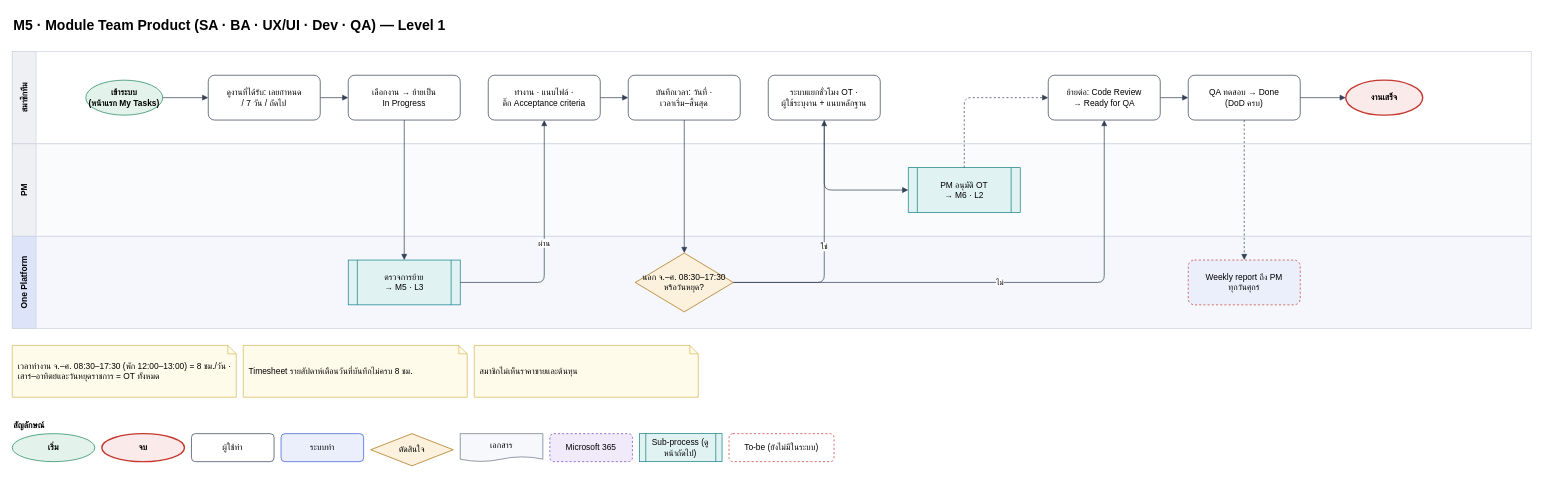
This is page "M5 Team · L1" (20 of 31) of salesflow/docs/diagrams/one-platform-flows.drawio from Ruttanachote/Ai, a draw.io file, before an edit. Source tidied: cells renumbered, new cells numbered last; positions are measured from the earlier drawing's top-left corner, leaving out a move shared by most shapes. Both pictures are drawn from the tidied source at 70%, with x=0, y=0 at pixel (12, 12).
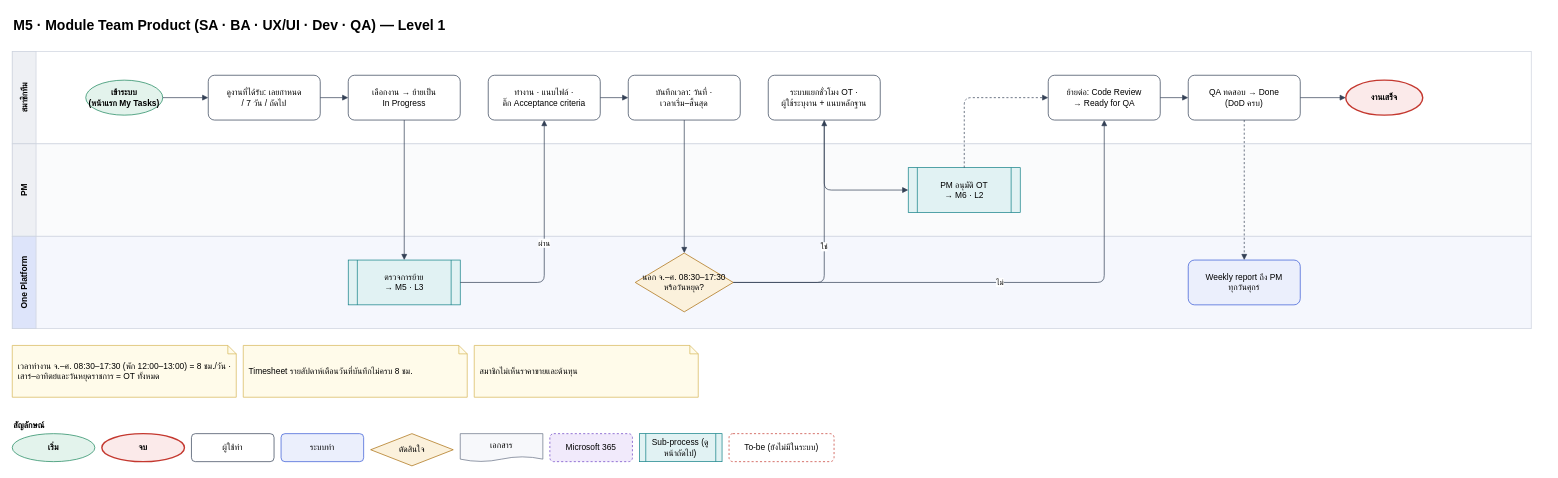
After the change.

What changed in the source:
```diff
@@
-    <mxCell id="20" value="Weekly report ถึง PM&lt;br&gt;ทุกวันศุกร์" style="rounded=1;whiteSpace=wrap;html=1;fillColor=#EBEFFC;strokeColor=#3457D5;arcSize=14;fontFamily=Prompt;dashed=1;strokeColor=#C4382F;" parent="1" vertex="1">
+    <mxCell id="20" value="Weekly report ถึง PM&lt;br&gt;ทุกวันศุกร์" style="rounded=1;whiteSpace=wrap;html=1;fillColor=#EBEFFC;strokeColor=#3457D5;arcSize=14;fontFamily=Prompt;" parent="1" vertex="1">
       <mxGeometry x="1680" y="354" width="160" height="64" as="geometry" />
     </mxCell>
```
